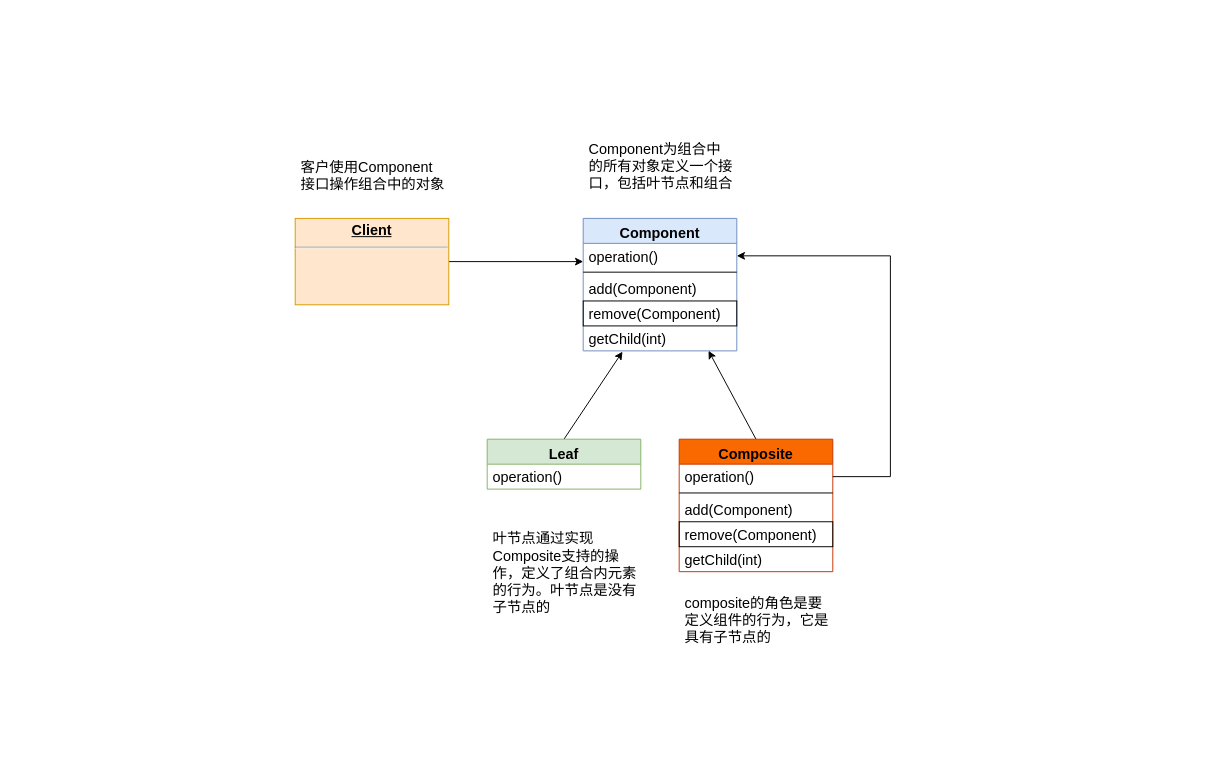
This is 图表文件/设计模式/组合模式.drawio from Syske/person-learning-note, a draw.io file, before an edit. Source tidied: cells renumbered, new cells numbered last; positions are measured from the earlier drawing's top-left corner, leaving out a move shared by most shapes. Both pictures are drawn from the tidied source at 96%, with x=0, y=0 at pixel (295, 132).
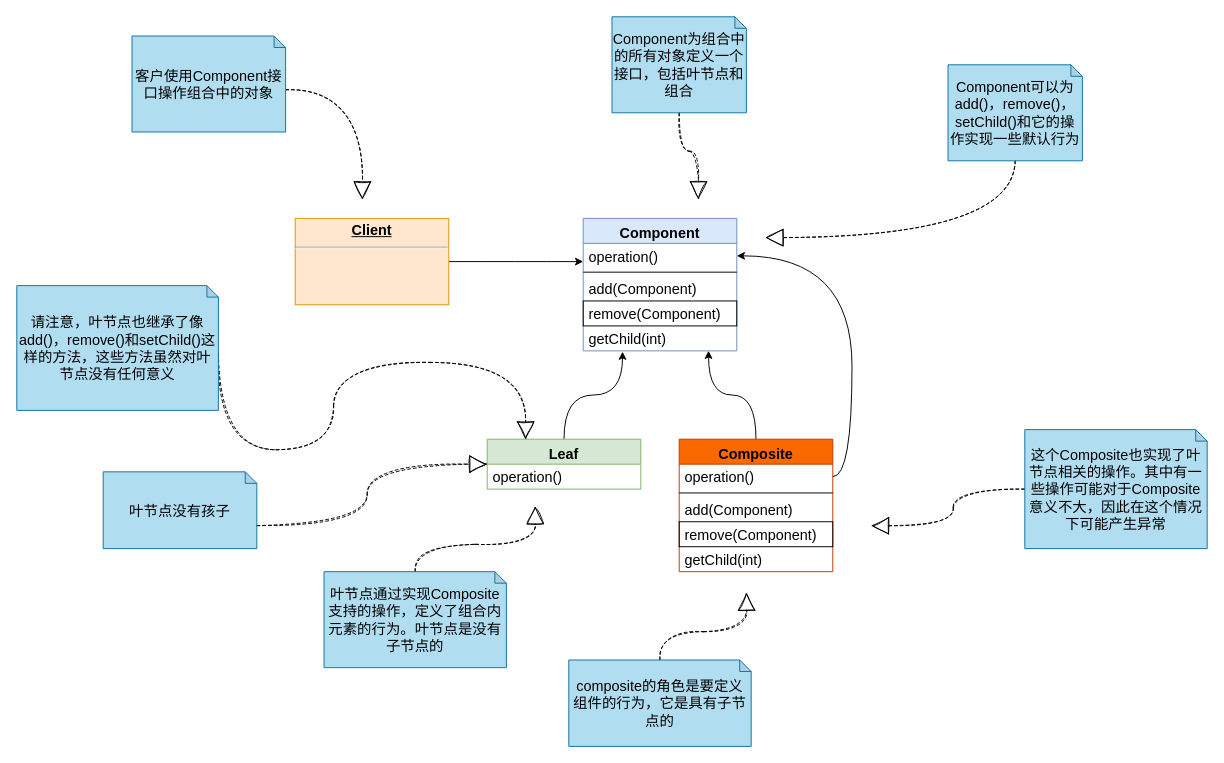
Above is the later version.

The change refers to these unchanged cells:
```xml
<mxCell id="3" value="&lt;p style=&quot;margin: 4px 0px 0px; text-align: center; text-decoration: underline; font-size: 15px;&quot;&gt;&lt;b style=&quot;font-size: 15px;&quot;&gt;Client&lt;/b&gt;&lt;/p&gt;&lt;hr style=&quot;font-size: 15px;&quot;&gt;&lt;p style=&quot;margin: 0px 0px 0px 8px; font-size: 15px;&quot;&gt;&lt;br style=&quot;font-size: 15px;&quot;&gt;&lt;/p&gt;" style="verticalAlign=top;align=left;overflow=fill;fontSize=15;fontFamily=Helvetica;html=1;fillColor=#ffe6cc;strokeColor=#d79b00;" parent="1" vertex="1">
  <mxGeometry y="90" width="160" height="90" as="geometry" />
</mxCell>
<mxCell id="5" value="operation()" style="text;strokeColor=none;fillColor=none;align=left;verticalAlign=middle;spacingLeft=4;spacingRight=4;overflow=hidden;points=[[0,0.5],[1,0.5]];portConstraint=eastwest;fontSize=15;" parent="4" vertex="1">
  <mxGeometry y="26" width="160" height="26" as="geometry" />
</mxCell>
<mxCell id="9" value="getChild(int)" style="text;strokeColor=none;fillColor=none;align=left;verticalAlign=middle;spacingLeft=4;spacingRight=4;overflow=hidden;points=[[0,0.5],[1,0.5]];portConstraint=eastwest;fontSize=15;" parent="4" vertex="1">
  <mxGeometry y="112" width="160" height="26" as="geometry" />
</mxCell>
<mxCell id="11" value="Leaf" style="swimlane;fontStyle=1;align=center;verticalAlign=top;horizontal=1;startSize=26;shadow=0;glass=0;sketch=0;fontSize=15;strokeColor=#82b366;fillColor=#d5e8d4;" parent="1" vertex="1">
  <mxGeometry x="200" y="320" width="160" height="52" as="geometry" />
</mxCell>
<mxCell id="14" value="Composite" style="swimlane;fontStyle=1;align=center;verticalAlign=top;horizontal=1;startSize=26;fontSize=15;fillColor=#fa6800;strokeColor=#C73500;fontColor=#000000;" parent="1" vertex="1">
  <mxGeometry x="400" y="320" width="160" height="138" as="geometry" />
</mxCell>
<mxCell id="15" value="operation()" style="text;strokeColor=none;fillColor=none;align=left;verticalAlign=middle;spacingLeft=4;spacingRight=4;overflow=hidden;points=[[0,0.5],[1,0.5]];portConstraint=eastwest;fontSize=15;" parent="14" vertex="1">
  <mxGeometry y="26" width="160" height="26" as="geometry" />
</mxCell>
```

Change to the diagram source:
```diff
@@
-    <mxCell id="2" style="edgeStyle=orthogonalEdgeStyle;rounded=0;jettySize=auto;html=1;fontSize=15;" parent="1" edge="1" source="3">
+    <mxCell id="2" style="edgeStyle=orthogonalEdgeStyle;rounded=0;jettySize=auto;html=1;fontSize=15;curved=1;" parent="1" edge="1" source="3">
       <mxGeometry relative="1" as="geometry">
         <mxPoint x="300" y="135" as="targetPoint" />
       </mxGeometry>
     </mxCell>
@@
-    <mxCell id="10" style="rounded=0;jettySize=auto;html=1;exitX=0.5;exitY=0;exitDx=0;exitDy=0;entryX=0.256;entryY=1.03;entryDx=0;entryDy=0;entryPerimeter=0;fontSize=15;" parent="1" edge="1" source="11" target="9">
+    <mxCell id="10" style="rounded=0;jettySize=auto;html=1;exitX=0.5;exitY=0;exitDx=0;exitDy=0;entryX=0.256;entryY=1.03;entryDx=0;entryDy=0;entryPerimeter=0;fontSize=15;edgeStyle=orthogonalEdgeStyle;curved=1;" parent="1" edge="1" source="11" target="9">
       <mxGeometry relative="1" as="geometry" />
     </mxCell>
@@
-    <mxCell id="13" style="edgeStyle=none;rounded=0;jettySize=auto;html=1;exitX=0.5;exitY=0;exitDx=0;exitDy=0;entryX=0.816;entryY=0.995;entryDx=0;entryDy=0;entryPerimeter=0;fontSize=15;" parent="1" edge="1" source="14" target="9">
+    <mxCell id="13" style="edgeStyle=orthogonalEdgeStyle;rounded=0;jettySize=auto;html=1;exitX=0.5;exitY=0;exitDx=0;exitDy=0;entryX=0.816;entryY=0.995;entryDx=0;entryDy=0;entryPerimeter=0;fontSize=15;curved=1;" parent="1" edge="1" source="14" target="9">
       <mxGeometry relative="1" as="geometry" />
     </mxCell>
@@
-    <mxCell id="20" style="edgeStyle=orthogonalEdgeStyle;rounded=0;jettySize=auto;html=1;exitX=1;exitY=0.5;exitDx=0;exitDy=0;entryX=1;entryY=0.5;entryDx=0;entryDy=0;fontSize=15;" parent="1" edge="1" source="15" target="5">
-      <mxGeometry relative="1" as="geometry">
-        <Array as="points">
-          <mxPoint x="620" y="359" />
-          <mxPoint x="620" y="129" />
-        </Array>
-      </mxGeometry>
+    <mxCell id="20" style="edgeStyle=orthogonalEdgeStyle;rounded=0;jettySize=auto;html=1;exitX=1;exitY=0.5;exitDx=0;exitDy=0;entryX=1;entryY=0.5;entryDx=0;entryDy=0;fontSize=15;curved=1;" parent="1" edge="1" source="15" target="5">
+      <mxGeometry relative="1" as="geometry" />
     </mxCell>
+    <mxCell id="25" style="edgeStyle=orthogonalEdgeStyle;curved=1;rounded=0;sketch=1;jettySize=auto;html=1;exitX=0;exitY=0;exitDx=160;exitDy=56;exitPerimeter=0;dashed=1;endArrow=block;endFill=0;endSize=16;" parent="1" edge="1" source="21">
+      <mxGeometry relative="1" as="geometry">
+        <mxPoint x="70" y="70" as="targetPoint" />
+      </mxGeometry>
+    </mxCell>
-    <mxCell id="21" value="客户使用Component接口操作组合中的对象" style="text;strokeColor=none;fillColor=none;align=left;verticalAlign=middle;spacingLeft=4;spacingRight=4;overflow=hidden;points=[[0,0.5],[1,0.5]];portConstraint=eastwest;shadow=0;glass=0;sketch=0;fontSize=15;whiteSpace=wrap;" parent="1" vertex="1">
-      <mxGeometry y="20" width="160" height="50" as="geometry" />
+    <mxCell id="21" value="&lt;span style=&quot;font-size: 15px ; text-align: left&quot;&gt;客户使用Component接口操作组合中的对象&lt;/span&gt;" style="shape=note;whiteSpace=wrap;html=1;backgroundOutline=1;darkOpacity=0.05;size=12;fillColor=#b1ddf0;strokeColor=#10739e;" parent="1" vertex="1">
+      <mxGeometry x="-170" y="-100" width="160" height="100" as="geometry" />
     </mxCell>
+    <mxCell id="26" style="edgeStyle=orthogonalEdgeStyle;rounded=0;jettySize=auto;html=1;exitX=0.5;exitY=1;exitDx=0;exitDy=0;exitPerimeter=0;dashed=1;sketch=1;curved=1;endArrow=block;endFill=0;endSize=16;" parent="1" edge="1" source="22">
+      <mxGeometry relative="1" as="geometry">
+        <mxPoint x="420" y="70" as="targetPoint" />
+      </mxGeometry>
+    </mxCell>
-    <mxCell id="22" value="Component为组合中的所有对象定义一个接口，包括叶节点和组合" style="text;strokeColor=none;fillColor=none;align=left;verticalAlign=middle;spacingLeft=4;spacingRight=4;overflow=hidden;points=[[0,0.5],[1,0.5]];portConstraint=eastwest;shadow=0;glass=0;sketch=0;fontSize=15;whiteSpace=wrap;" parent="1" vertex="1">
-      <mxGeometry x="300" width="160" height="70" as="geometry" />
+    <mxCell id="22" value="&lt;span style=&quot;font-size: 15px ; text-align: left&quot;&gt;Component为组合中的所有对象定义一个接口，包括叶节点和组合&lt;/span&gt;" style="shape=note;whiteSpace=wrap;html=1;backgroundOutline=1;darkOpacity=0.05;size=12;fillColor=#b1ddf0;strokeColor=#10739e;" parent="1" vertex="1">
+      <mxGeometry x="330" y="-120" width="140" height="100" as="geometry" />
     </mxCell>
+    <mxCell id="27" style="edgeStyle=orthogonalEdgeStyle;curved=1;rounded=0;sketch=1;jettySize=auto;html=1;exitX=0.5;exitY=0;exitDx=0;exitDy=0;exitPerimeter=0;dashed=1;endArrow=block;endFill=0;endSize=16;" parent="1" edge="1" source="23">
+      <mxGeometry relative="1" as="geometry">
+        <mxPoint x="250" y="390" as="targetPoint" />
+      </mxGeometry>
+    </mxCell>
-    <mxCell id="23" value="叶节点通过实现Composite支持的操作，定义了组合内元素的行为。叶节点是没有子节点的" style="text;strokeColor=none;fillColor=none;align=left;verticalAlign=middle;spacingLeft=4;spacingRight=4;overflow=hidden;points=[[0,0.5],[1,0.5]];portConstraint=eastwest;shadow=0;glass=0;sketch=0;fontSize=15;whiteSpace=wrap;" parent="1" vertex="1">
-      <mxGeometry x="200" y="408" width="160" height="102" as="geometry" />
+    <mxCell id="23" value="&lt;span style=&quot;font-size: 15px ; text-align: left&quot;&gt;叶节点通过实现Composite支持的操作，定义了组合内元素的行为。叶节点是没有子节点的&lt;/span&gt;" style="shape=note;whiteSpace=wrap;html=1;backgroundOutline=1;darkOpacity=0.05;size=12;fillColor=#b1ddf0;strokeColor=#10739e;" parent="1" vertex="1">
+      <mxGeometry x="30" y="458" width="190" height="100" as="geometry" />
     </mxCell>
+    <mxCell id="28" style="edgeStyle=orthogonalEdgeStyle;curved=1;rounded=0;sketch=1;jettySize=auto;html=1;exitX=0.5;exitY=0;exitDx=0;exitDy=0;exitPerimeter=0;dashed=1;endArrow=block;endFill=0;endSize=16;" parent="1" edge="1" source="24">
+      <mxGeometry relative="1" as="geometry">
+        <mxPoint x="470" y="480" as="targetPoint" />
+      </mxGeometry>
+    </mxCell>
-    <mxCell id="24" value="composite的角色是要定义组件的行为，它是具有子节点的" style="text;strokeColor=none;fillColor=none;align=left;verticalAlign=middle;spacingLeft=4;spacingRight=4;overflow=hidden;points=[[0,0.5],[1,0.5]];portConstraint=eastwest;shadow=0;glass=0;sketch=0;fontSize=15;whiteSpace=wrap;" parent="1" vertex="1">
-      <mxGeometry x="400" y="475" width="160" height="65" as="geometry" />
+    <mxCell id="24" value="&lt;span style=&quot;font-size: 15px ; text-align: left&quot;&gt;composite的角色是要定义组件的行为，它是具有子节点的&lt;/span&gt;" style="shape=note;whiteSpace=wrap;html=1;backgroundOutline=1;darkOpacity=0.05;size=12;fillColor=#b1ddf0;strokeColor=#10739e;" parent="1" vertex="1">
+      <mxGeometry x="285" y="550" width="190" height="90" as="geometry" />
     </mxCell>
+    <mxCell id="29" style="edgeStyle=orthogonalEdgeStyle;curved=1;rounded=0;sketch=1;jettySize=auto;html=1;exitX=0;exitY=0;exitDx=210;exitDy=71;exitPerimeter=0;entryX=0.25;entryY=0;entryDx=0;entryDy=0;dashed=1;endArrow=block;endFill=0;endSize=16;" parent="1" edge="1" source="30" target="11">
+      <mxGeometry relative="1" as="geometry">
+        <Array as="points">
+          <mxPoint x="40" y="331" />
+          <mxPoint x="40" y="240" />
+          <mxPoint x="240" y="240" />
+        </Array>
+      </mxGeometry>
+    </mxCell>
+    <mxCell id="30" value="&lt;span style=&quot;font-size: 15px ; text-align: left&quot;&gt;请注意，叶节点也继承了像add()，remove()和setChild()这样的方法，这些方法虽然对叶节点没有任何意义&lt;/span&gt;" style="shape=note;whiteSpace=wrap;html=1;backgroundOutline=1;darkOpacity=0.05;size=12;fillColor=#b1ddf0;strokeColor=#10739e;" parent="1" vertex="1">
+      <mxGeometry x="-290" y="160" width="210" height="130" as="geometry" />
+    </mxCell>
+    <mxCell id="31" style="edgeStyle=orthogonalEdgeStyle;curved=1;rounded=0;sketch=1;jettySize=auto;html=1;exitX=0;exitY=0.5;exitDx=0;exitDy=0;exitPerimeter=0;dashed=1;endArrow=block;endFill=0;endSize=16;" parent="1" edge="1" source="32">
+      <mxGeometry relative="1" as="geometry">
+        <mxPoint x="600" y="410" as="targetPoint" />
+      </mxGeometry>
+    </mxCell>
+    <mxCell id="32" value="&lt;span style=&quot;font-size: 15px ; text-align: left&quot;&gt;这个Composite也实现了叶节点相关的操作。其中有一些操作可能对于Composite意义不大，因此在这个情况下可能产生异常&lt;/span&gt;" style="shape=note;whiteSpace=wrap;html=1;backgroundOutline=1;darkOpacity=0.05;size=12;fillColor=#b1ddf0;strokeColor=#10739e;" parent="1" vertex="1">
+      <mxGeometry x="760" y="310" width="190" height="124" as="geometry" />
+    </mxCell>
+    <mxCell id="33" style="edgeStyle=orthogonalEdgeStyle;curved=1;rounded=0;sketch=1;jettySize=auto;html=1;exitX=0.5;exitY=1;exitDx=0;exitDy=0;exitPerimeter=0;dashed=1;endArrow=block;endFill=0;endSize=16;" parent="1" edge="1" source="34">
+      <mxGeometry relative="1" as="geometry">
+        <mxPoint x="490" y="110" as="targetPoint" />
+        <Array as="points">
+          <mxPoint x="750" y="110" />
+        </Array>
+      </mxGeometry>
+    </mxCell>
+    <mxCell id="34" value="&lt;span style=&quot;font-size: 15px ; text-align: left&quot;&gt;Component可以为add()，remove()，setChild()和它的操作实现一些默认行为&lt;/span&gt;" style="shape=note;whiteSpace=wrap;html=1;backgroundOutline=1;darkOpacity=0.05;size=12;fillColor=#b1ddf0;strokeColor=#10739e;" parent="1" vertex="1">
+      <mxGeometry x="680" y="-70" width="140" height="100" as="geometry" />
+    </mxCell>
+    <mxCell id="35" style="edgeStyle=orthogonalEdgeStyle;curved=1;rounded=0;sketch=1;jettySize=auto;html=1;exitX=0;exitY=0;exitDx=160;exitDy=56;exitPerimeter=0;entryX=0;entryY=0.5;entryDx=0;entryDy=0;dashed=1;endArrow=block;endFill=0;endSize=16;" parent="1" edge="1" source="36" target="11">
+      <mxGeometry relative="1" as="geometry" />
+    </mxCell>
+    <mxCell id="36" value="&lt;span style=&quot;font-size: 15px ; text-align: left&quot;&gt;叶节点没有孩子&lt;/span&gt;" style="shape=note;whiteSpace=wrap;html=1;backgroundOutline=1;darkOpacity=0.05;size=12;fillColor=#b1ddf0;strokeColor=#10739e;" parent="1" vertex="1">
+      <mxGeometry x="-200" y="354" width="160" height="80" as="geometry" />
+    </mxCell>
```
